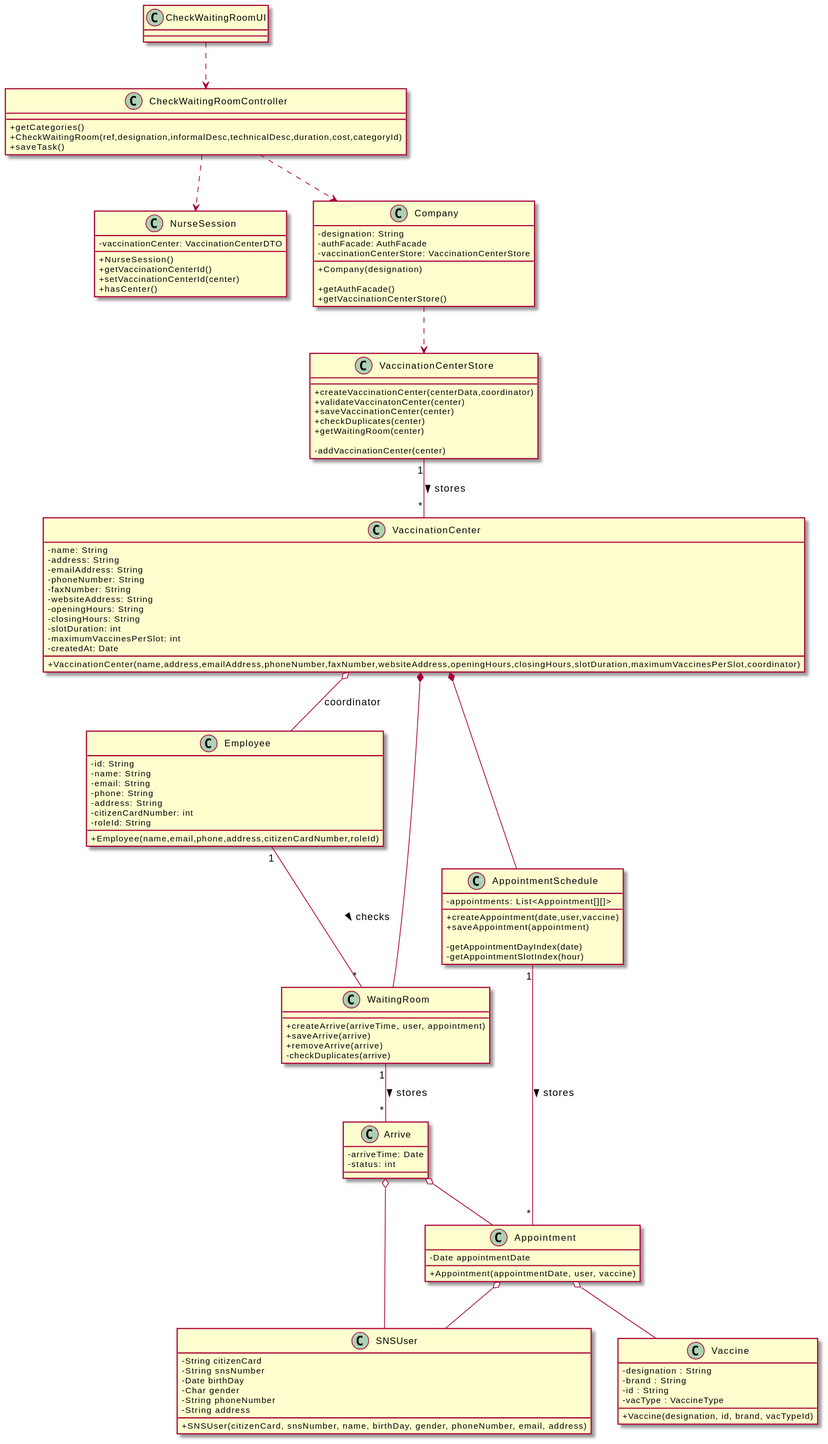
The PlantUML diagram docs/SprintC/US05/CD/US05_CD.svg in miseEnPlace-i/lapr2, before a commit.
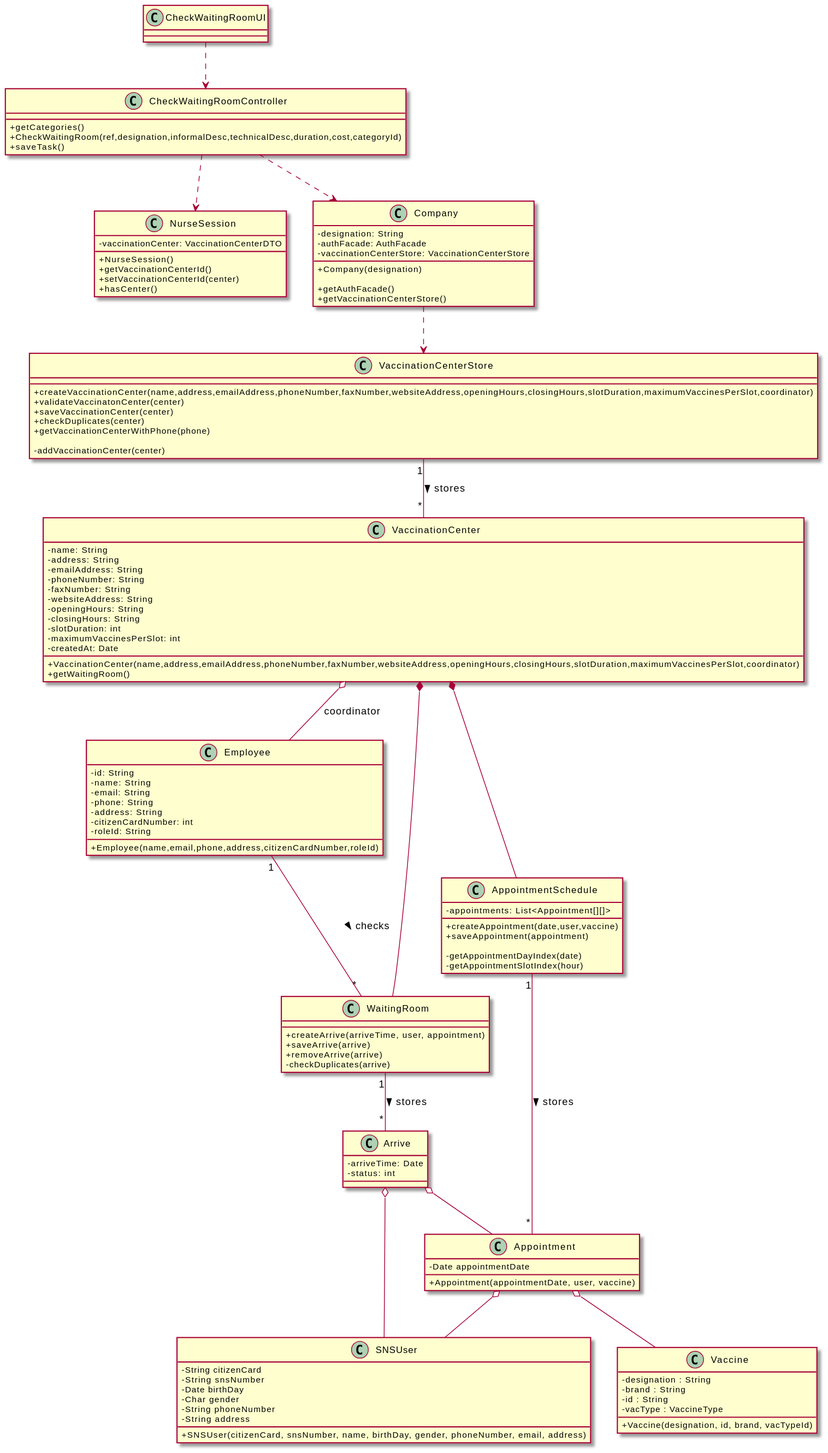
After the change.

What changed in the source:
```diff
@@ -48,14 +48,15 @@
   -createdAt: Date
 
   +VaccinationCenter(name,address,emailAddress,phoneNumber,faxNumber,websiteAddress,openingHours,closingHours,slotDuration,maximumVaccinesPerSlot,coordinator)
+  +getWaitingRoom()
 }
 
 class VaccinationCenterStore {
-  +createVaccinationCenter(centerData,coordinator)
+  +createVaccinationCenter(name,address,emailAddress,phoneNumber,faxNumber,websiteAddress,openingHours,closingHours,slotDuration,maximumVaccinesPerSlot,coordinator)
   +validateVaccinatonCenter(center)
   +saveVaccinationCenter(center)
   +checkDuplicates(center)
-  +getWaitingRoom(center)
+  +getVaccinationCenterWithPhone(phone)
 
   -addVaccinationCenter(center)
 }
```
